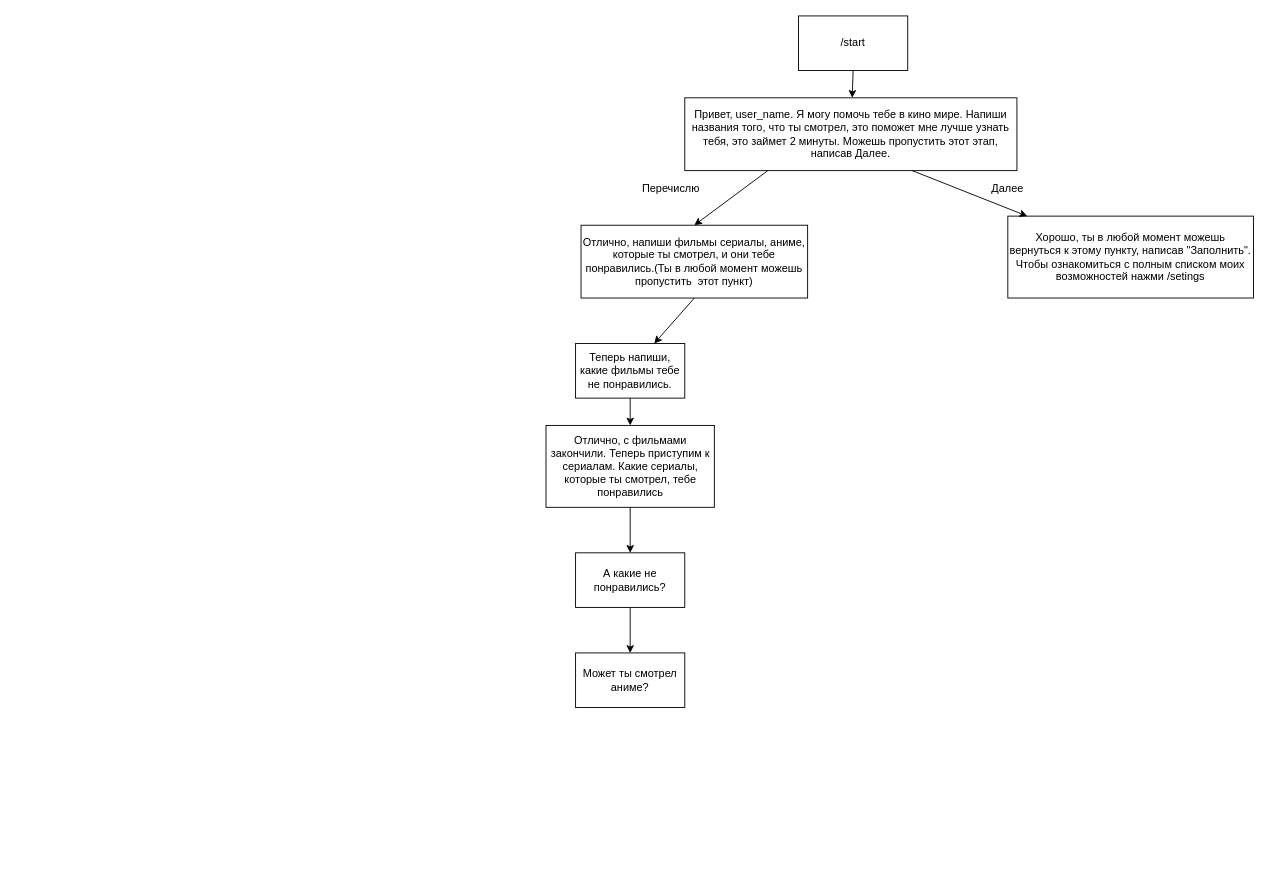
78Moonlight78/Showtor keeps this draw.io diagram as Untitled Diagram.drawio. Above is the earlier version. Source tidied: cells renumbered, new cells numbered last; positions are measured from the earlier drawing's top-left corner, leaving out a move shared by most shapes. Both pictures are drawn from the tidied source at 91%, with x=0, y=0 at pixel (545, 15).
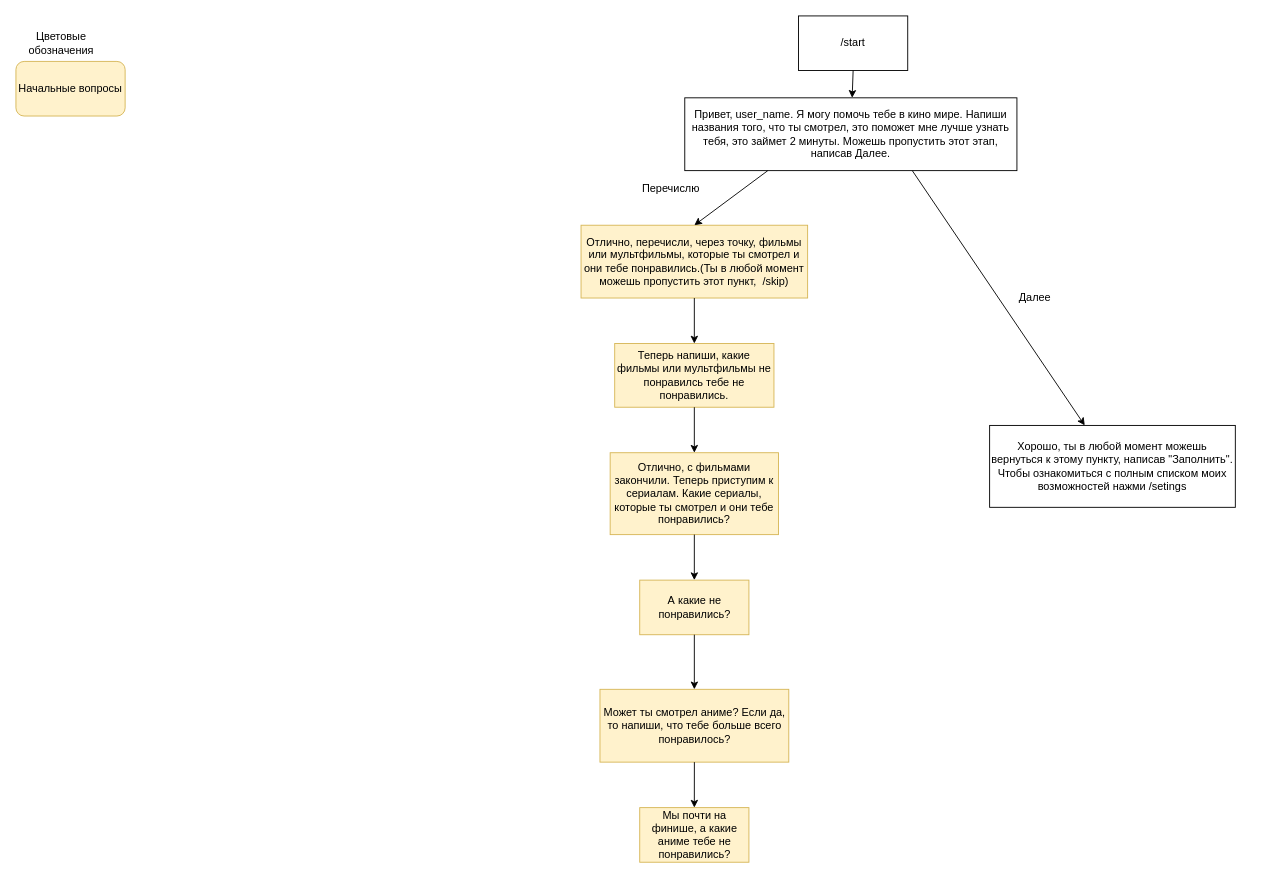
The same diagram, later.

The edit, as a diff of the source:
```diff
@@
-    <mxCell id="5" value="Отлично, напиши фильмы сериалы, аниме, которые ты смотрел, и они тебе понравились.(Ты в любой момент можешь пропустить&amp;nbsp; этот пункт)" style="rounded=0;whiteSpace=wrap;html=1;" parent="1" vertex="1">
+    <mxCell id="5" value="Отлично, перечисли, через точку, фильмы или мультфильмы, которые ты смотрел и они тебе понравились.(Ты в любой момент можешь пропустить этот пункт,&amp;nbsp; /skip)" style="rounded=0;whiteSpace=wrap;html=1;fillColor=#fff2cc;strokeColor=#d6b656;" parent="1" vertex="1">
       <mxGeometry x="39" y="230" width="249" height="80" as="geometry" />
     </mxCell>
     <mxCell id="6" value="Хорошо, ты в любой момент можешь вернуться к этому пункту, написав &quot;Заполнить&quot;. Чтобы ознакомиться с полным списком моих возможностей нажми /setings" style="rounded=0;whiteSpace=wrap;html=1;" parent="1" vertex="1">
-      <mxGeometry x="508" y="220" width="270" height="90" as="geometry" />
+      <mxGeometry x="488" y="450" width="270" height="90" as="geometry" />
     </mxCell>
@@
     <mxCell id="9" value="Далее" style="text;html=1;strokeColor=none;fillColor=none;align=center;verticalAlign=middle;whiteSpace=wrap;rounded=0;" parent="1" vertex="1">
-      <mxGeometry x="488" y="180" width="40" height="20" as="geometry" />
+      <mxGeometry x="518" y="300" width="40" height="20" as="geometry" />
     </mxCell>
@@
-    <mxCell id="12" value="Теперь напиши, какие фильмы тебе не понравились." style="rounded=0;whiteSpace=wrap;html=1;" parent="1" vertex="1">
-      <mxGeometry x="33" y="360" width="120" height="60" as="geometry" />
+    <mxCell id="12" value="Теперь напиши, какие фильмы или мультфильмы не понравилсь тебе не понравились." style="rounded=0;whiteSpace=wrap;html=1;fillColor=#fff2cc;strokeColor=#d6b656;" parent="1" vertex="1">
+      <mxGeometry x="76" y="360" width="175" height="70" as="geometry" />
     </mxCell>
@@
-    <mxCell id="14" value="Отлично, с фильмами закончили. Теперь приступим к сериалам. Какие сериалы, которые ты смотрел, тебе понравились" style="rounded=0;whiteSpace=wrap;html=1;" parent="1" vertex="1">
-      <mxGeometry x="0.5" y="450" width="185" height="90" as="geometry" />
+    <mxCell id="14" value="Отлично, с фильмами закончили. Теперь приступим к сериалам. Какие сериалы, которые ты смотрел и они тебе понравились?" style="rounded=0;whiteSpace=wrap;html=1;fillColor=#fff2cc;strokeColor=#d6b656;" parent="1" vertex="1">
+      <mxGeometry x="71" y="480" width="185" height="90" as="geometry" />
     </mxCell>
-    <mxCell id="15" value="А какие не понравились?" style="rounded=0;whiteSpace=wrap;html=1;" parent="1" vertex="1">
-      <mxGeometry x="33" y="590" width="120" height="60" as="geometry" />
+    <mxCell id="15" value="А какие не понравились?" style="rounded=0;whiteSpace=wrap;html=1;fillColor=#fff2cc;strokeColor=#d6b656;" parent="1" vertex="1">
+      <mxGeometry x="103.5" y="620" width="120" height="60" as="geometry" />
     </mxCell>
@@
-    <mxCell id="17" value="Может ты смотрел аниме?" style="rounded=0;whiteSpace=wrap;html=1;" parent="1" vertex="1">
-      <mxGeometry x="33" y="700" width="120" height="60" as="geometry" />
+    <mxCell id="17" value="Может ты смотрел аниме? Если да, то напиши, что тебе больше всего понравилось?" style="rounded=0;whiteSpace=wrap;html=1;fillColor=#fff2cc;strokeColor=#d6b656;" parent="1" vertex="1">
+      <mxGeometry x="59.8" y="740" width="207.5" height="80" as="geometry" />
     </mxCell>
@@
+    <mxCell id="19" value="Мы почти на финише, а какие аниме тебе не понравились?" style="rounded=0;whiteSpace=wrap;html=1;fillColor=#fff2cc;strokeColor=#d6b656;" parent="1" vertex="1">
+      <mxGeometry x="103.5" y="870" width="120" height="60" as="geometry" />
+    </mxCell>
+    <mxCell id="20" style="endArrow=classic;html=1;exitX=0.5;exitY=1;exitDx=0;exitDy=0;entryX=0.5;entryY=0;entryDx=0;entryDy=0;" parent="1" edge="1" source="17" target="19">
+      <mxGeometry relative="1" as="geometry" />
+    </mxCell>
+    <mxCell id="21" value="Начальные вопросы " style="rounded=1;whiteSpace=wrap;html=1;fillColor=#fff2cc;strokeColor=#d6b656;" parent="1" vertex="1">
+      <mxGeometry x="-582" y="50" width="120" height="60" as="geometry" />
+    </mxCell>
+    <mxCell id="22" value="Цветовые обозначения" style="text;html=1;strokeColor=none;fillColor=none;align=center;verticalAlign=middle;whiteSpace=wrap;rounded=0;" parent="1" vertex="1">
+      <mxGeometry x="-552" y="20" width="40" height="20" as="geometry" />
+    </mxCell>
```
